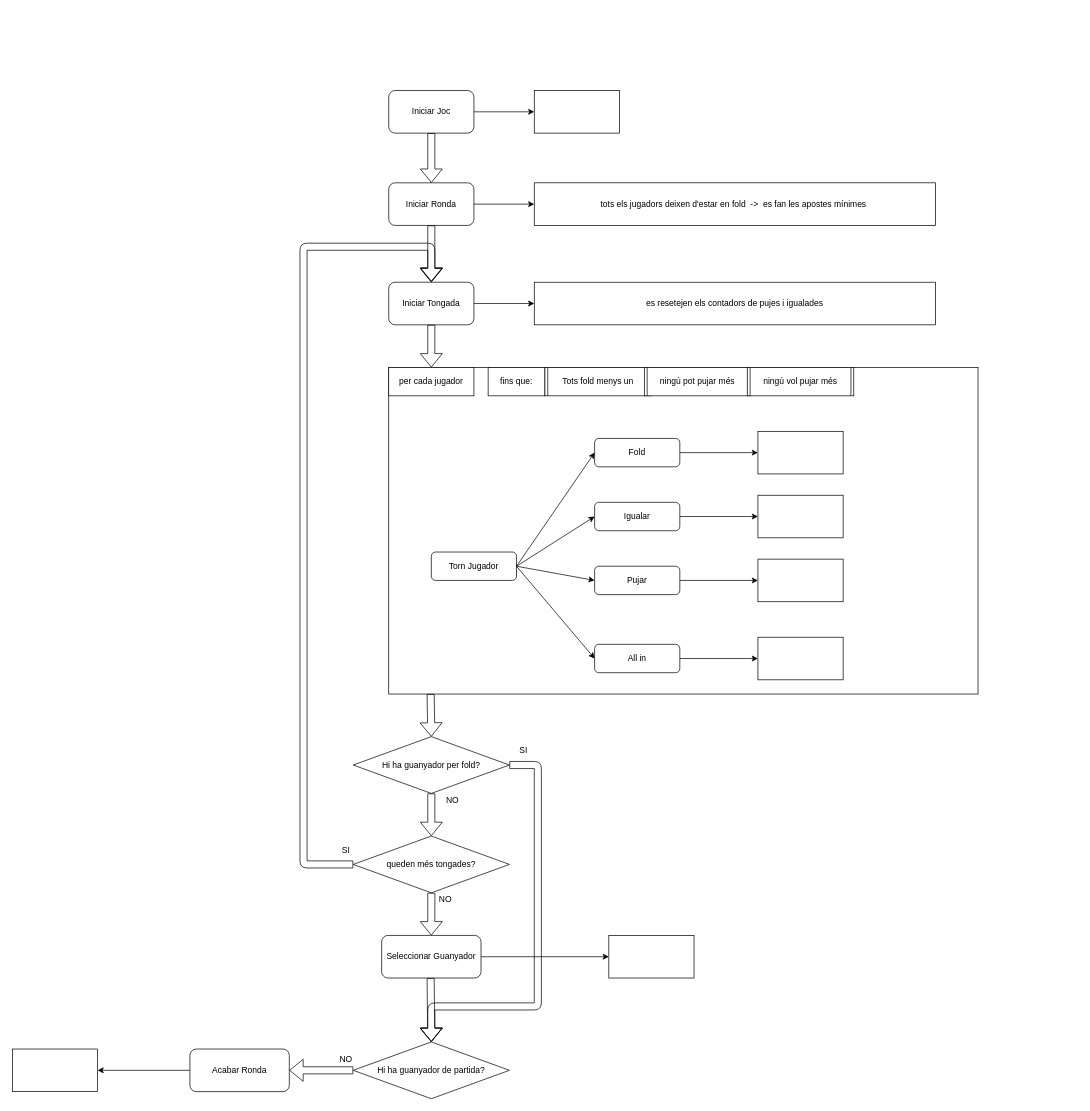
Before: esquema_partida.drawio in Morgan1420/app_apostes, a draw.io diagram. Source tidied: cells renumbered, new cells numbered last; positions are measured from the earlier drawing's top-left corner, leaving out a move shared by most shapes. Both pictures are drawn from the tidied source at 71%, with x=0, y=0 at pixel (12, 90).
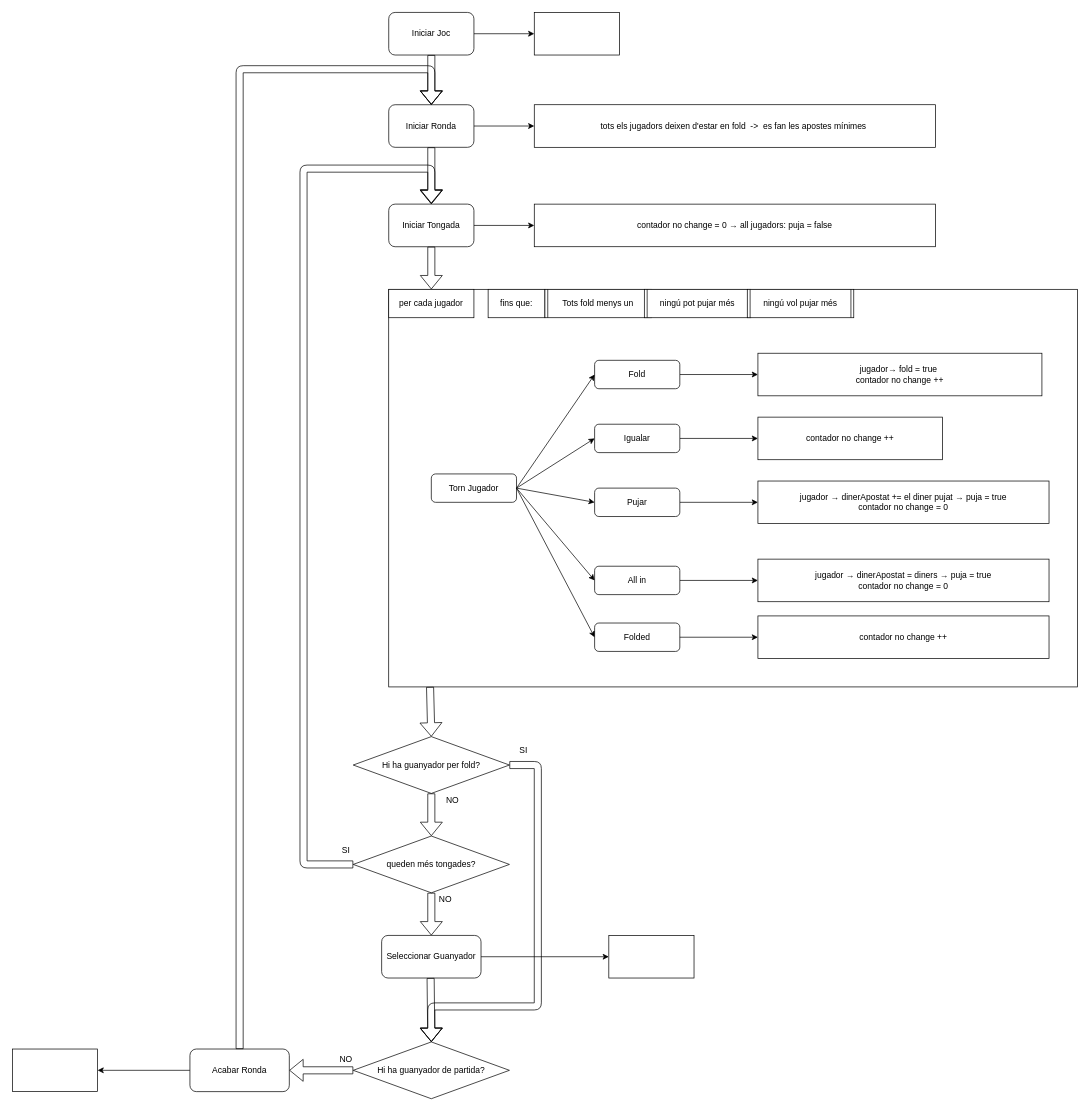
The same page after the edit.

The change refers to these unchanged cells:
```xml
<mxCell id="11" value="Torn Jugador" style="rounded=1;whiteSpace=wrap;html=1;" parent="2" vertex="1">
  <mxGeometry x="60" y="260" width="120" height="40" as="geometry" />
</mxCell>
<mxCell id="34" value="Hi ha guanyador per fold?" style="rhombus;whiteSpace=wrap;html=1;" parent="1" vertex="1">
  <mxGeometry x="480" y="910" width="220" height="80" as="geometry" />
</mxCell>
<mxCell id="35" value="queden més tongades?" style="rhombus;whiteSpace=wrap;html=1;" parent="1" vertex="1">
  <mxGeometry x="480" y="1050" width="220" height="80" as="geometry" />
</mxCell>
<mxCell id="49" value="Acabar Ronda" style="rounded=1;whiteSpace=wrap;html=1;" parent="1" vertex="1">
  <mxGeometry x="250" y="1350" width="140" height="60" as="geometry" />
</mxCell>
```

What changed in the source:
```diff
@@
     <mxCell id="2" style="group;" parent="1" vertex="1">
-      <mxGeometry x="530" y="390" width="830" height="460" as="geometry" />
+      <mxGeometry x="530" y="280" width="970" height="560" as="geometry" />
     </mxCell>
     <mxCell id="3" style="rounded=0;whiteSpace=wrap;html=1;" parent="2" vertex="1">
-      <mxGeometry width="830" height="460" as="geometry" />
+      <mxGeometry width="970" height="560" as="geometry" />
     </mxCell>
@@
-    <mxCell id="5" style="rounded=0;whiteSpace=wrap;html=1;" parent="2" vertex="1">
-      <mxGeometry x="520" y="90" width="120" height="60" as="geometry" />
+    <mxCell id="5" value="jugador→ fold = true&amp;nbsp;&lt;br&gt;contador no change ++" style="rounded=0;whiteSpace=wrap;html=1;" parent="2" vertex="1">
+      <mxGeometry x="520" y="90" width="400" height="60" as="geometry" />
     </mxCell>
-    <mxCell id="6" style="rounded=0;whiteSpace=wrap;html=1;" parent="2" vertex="1">
-      <mxGeometry x="520" y="180" width="120" height="60" as="geometry" />
+    <mxCell id="6" value="contador no change ++" style="rounded=0;whiteSpace=wrap;html=1;" parent="2" vertex="1">
+      <mxGeometry x="520" y="180" width="260" height="60" as="geometry" />
     </mxCell>
-    <mxCell id="7" style="rounded=0;whiteSpace=wrap;html=1;" parent="2" vertex="1">
-      <mxGeometry x="520" y="270" width="120" height="60" as="geometry" />
+    <mxCell id="7" value="jugador → dinerApostat += el diner pujat → puja = true&lt;br&gt;contador no change = 0" style="rounded=0;whiteSpace=wrap;html=1;" parent="2" vertex="1">
+      <mxGeometry x="520" y="270" width="410" height="60" as="geometry" />
     </mxCell>
-    <mxCell id="8" style="rounded=0;whiteSpace=wrap;html=1;" parent="2" vertex="1">
-      <mxGeometry x="520" y="380" width="120" height="60" as="geometry" />
+    <mxCell id="8" value="jugador → dinerApostat = diners → puja = true&lt;br&gt;contador no change = 0" style="rounded=0;whiteSpace=wrap;html=1;" parent="2" vertex="1">
+      <mxGeometry x="520" y="380" width="410" height="60" as="geometry" />
     </mxCell>
@@
+    <mxCell id="59" value="Folded" style="rounded=1;whiteSpace=wrap;html=1;" parent="2" vertex="1">
+      <mxGeometry x="290" y="470" width="120" height="40" as="geometry" />
+    </mxCell>
+    <mxCell id="60" style="edgeStyle=orthogonalEdgeStyle;rounded=0;jettySize=auto;html=1;entryX=0;entryY=0.5;entryDx=0;entryDy=0;" parent="2" edge="1" source="59" target="61">
+      <mxGeometry relative="1" as="geometry" />
+    </mxCell>
+    <mxCell id="61" value="contador no change ++" style="rounded=0;whiteSpace=wrap;html=1;" parent="2" vertex="1">
+      <mxGeometry x="520" y="460" width="410" height="60" as="geometry" />
+    </mxCell>
+    <mxCell id="62" style="endArrow=classic;html=1;exitX=1;exitY=0.5;exitDx=0;exitDy=0;entryX=0;entryY=0.5;entryDx=0;entryDy=0;" parent="2" edge="1" source="11" target="59">
+      <mxGeometry relative="1" as="geometry" />
+    </mxCell>
@@
     <mxCell id="27" value="Iniciar Joc" style="rounded=1;whiteSpace=wrap;html=1;" parent="1" vertex="1">
-      <mxGeometry x="530" width="120" height="60" as="geometry" />
+      <mxGeometry x="530" y="-110" width="120" height="60" as="geometry" />
     </mxCell>
@@
     <mxCell id="29" value="Iniciar Ronda" style="rounded=1;whiteSpace=wrap;html=1;" parent="1" vertex="1">
-      <mxGeometry x="530" y="130" width="120" height="60" as="geometry" />
+      <mxGeometry x="530" y="20" width="120" height="60" as="geometry" />
     </mxCell>
     <mxCell id="30" style="rounded=0;whiteSpace=wrap;html=1;" parent="1" vertex="1">
-      <mxGeometry x="735" width="120" height="60" as="geometry" />
+      <mxGeometry x="735" y="-110" width="120" height="60" as="geometry" />
     </mxCell>
     <mxCell id="31" value="tots els jugadors deixen d'estar en fold&amp;nbsp; -&amp;gt;&amp;nbsp; es fan les apostes mínimes&amp;nbsp;" style="rounded=0;whiteSpace=wrap;html=1;" parent="1" vertex="1">
-      <mxGeometry x="735" y="130" width="565" height="60" as="geometry" />
+      <mxGeometry x="735" y="20" width="565" height="60" as="geometry" />
     </mxCell>
@@
     <mxCell id="33" style="shape=flexArrow;endArrow=classic;html=1;exitX=0.5;exitY=1;exitDx=0;exitDy=0;" parent="1" edge="1" source="29">
       <mxGeometry relative="1" as="geometry">
-        <mxPoint x="590" y="269" as="targetPoint" />
+        <mxPoint x="590" y="159" as="targetPoint" />
       </mxGeometry>
     </mxCell>
@@
     <mxCell id="36" style="shape=flexArrow;endArrow=classic;html=1;exitX=0;exitY=0.5;exitDx=0;exitDy=0;" parent="1" edge="1" source="35">
       <mxGeometry relative="1" as="geometry">
-        <mxPoint x="590" y="270" as="targetPoint" />
+        <mxPoint x="590" y="160" as="targetPoint" />
         <Array as="points">
           <mxPoint x="410" y="1090" />
-          <mxPoint x="410" y="220" />
-          <mxPoint x="590" y="220" />
+          <mxPoint x="410" y="110" />
+          <mxPoint x="590" y="110" />
         </Array>
       </mxGeometry>
     </mxCell>
@@
     <mxCell id="38" value="Iniciar Tongada" style="rounded=1;whiteSpace=wrap;html=1;" parent="1" vertex="1">
-      <mxGeometry x="530" y="270" width="120" height="60" as="geometry" />
+      <mxGeometry x="530" y="160" width="120" height="60" as="geometry" />
     </mxCell>
-    <mxCell id="39" value="es resetejen els contadors de pujes i igualades" style="rounded=0;whiteSpace=wrap;html=1;" parent="1" vertex="1">
-      <mxGeometry x="735" y="270" width="565" height="60" as="geometry" />
+    <mxCell id="39" value="contador no change = 0 → all jugadors: puja = false" style="rounded=0;whiteSpace=wrap;html=1;" parent="1" vertex="1">
+      <mxGeometry x="735" y="160" width="565" height="60" as="geometry" />
     </mxCell>
@@
-    <mxCell id="41" style="shape=flexArrow;endArrow=classic;html=1;exitX=0.5;exitY=1;exitDx=0;exitDy=0;entryX=0.5;entryY=0;entryDx=0;entryDy=0;" parent="1" edge="1" target="34">
-      <mxGeometry relative="1" as="geometry">
-        <mxPoint x="589" y="850" as="sourcePoint" />
-      </mxGeometry>
+    <mxCell id="41" style="shape=flexArrow;endArrow=classic;html=1;entryX=0.5;entryY=0;entryDx=0;entryDy=0;exitX=0.06;exitY=1;exitDx=0;exitDy=0;exitPerimeter=0;" parent="1" edge="1" source="3" target="34">
+      <mxGeometry relative="1" as="geometry" />
     </mxCell>
@@
+    <mxCell id="63" style="shape=flexArrow;endArrow=classic;html=1;exitX=0.5;exitY=0;exitDx=0;exitDy=0;entryX=0.5;entryY=0;entryDx=0;entryDy=0;" parent="1" edge="1" source="49" target="29">
+      <mxGeometry relative="1" as="geometry">
+        <Array as="points">
+          <mxPoint x="320" y="-30" />
+          <mxPoint x="590" y="-30" />
+        </Array>
+      </mxGeometry>
+    </mxCell>
```
